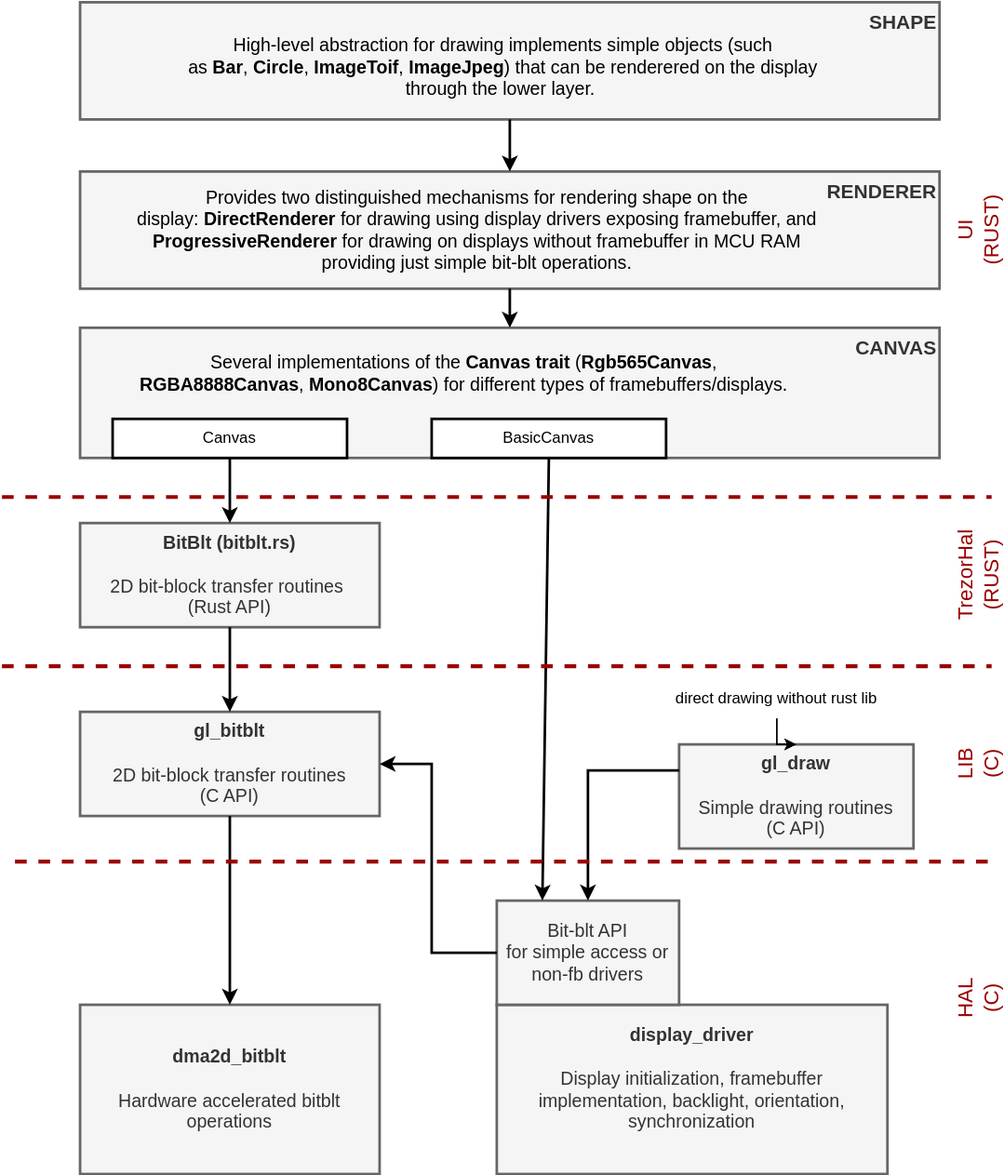
Before: core/embed/rust/src/ui/shape/drawlib-toplevel-arch.drawio.svg, a diagram exported from draw.io (trezor/trezor-firmware). Source tidied: cells renumbered, new cells last; positions are measured from the earlier drawing's top-left corner, leaving out a move shared by most shapes. Its diagram source:
```xml
<mxGraphModel>
  <root>
    <mxCell id="0" />
    <mxCell id="1" parent="0" />
    <mxCell id="2" value="&lt;b&gt;SHAPE&lt;/b&gt;" style="rounded=0;whiteSpace=wrap;html=1;align=right;verticalAlign=top;fillColor=#f5f5f5;strokeColor=#666666;fontColor=#333333;fontSize=15;strokeWidth=2;" parent="1" vertex="1">
      <mxGeometry x="60" width="660" height="90" as="geometry" />
    </mxCell>
    <mxCell id="3" value="&lt;b&gt;RENDERER&lt;/b&gt;" style="rounded=0;whiteSpace=wrap;html=1;align=right;verticalAlign=top;fillColor=#f5f5f5;fontColor=#333333;strokeColor=#666666;fontSize=15;strokeWidth=2;" parent="1" vertex="1">
      <mxGeometry x="60" y="130" width="660" height="90" as="geometry" />
    </mxCell>
    <mxCell id="4" value="&lt;b&gt;CANVAS&lt;/b&gt;" style="rounded=0;whiteSpace=wrap;html=1;verticalAlign=top;align=right;fillColor=#f5f5f5;fontColor=#333333;strokeColor=#666666;fontSize=15;strokeWidth=2;" parent="1" vertex="1">
      <mxGeometry x="60" y="250" width="660" height="100" as="geometry" />
    </mxCell>
    <mxCell id="5" value="&lt;b style=&quot;font-size: 14px;&quot;&gt;BitBlt (bitblt.rs)&lt;/b&gt;&lt;br style=&quot;font-size: 14px;&quot;&gt;&lt;br style=&quot;font-size: 14px;&quot;&gt;2D bit-block transfer routines&amp;nbsp;&lt;br style=&quot;font-size: 14px;&quot;&gt;(Rust API)" style="rounded=0;whiteSpace=wrap;html=1;fillColor=#f5f5f5;fontColor=#333333;strokeColor=#666666;fontSize=14;strokeWidth=2;" parent="1" vertex="1">
      <mxGeometry x="60" y="400" width="230" height="80" as="geometry" />
    </mxCell>
    <mxCell id="6" value="&lt;b style=&quot;font-size: 14px;&quot;&gt;gl_bitblt&lt;/b&gt;&lt;br style=&quot;font-size: 14px;&quot;&gt;&lt;br style=&quot;font-size: 14px;&quot;&gt;2D bit-block transfer routines&lt;div style=&quot;font-size: 14px;&quot;&gt;(C API)&lt;/div&gt;" style="rounded=0;whiteSpace=wrap;html=1;fillColor=#f5f5f5;fontColor=#333333;strokeColor=#666666;fontSize=14;strokeWidth=2;" parent="1" vertex="1">
      <mxGeometry x="60" y="545" width="230" height="80" as="geometry" />
    </mxCell>
    <mxCell id="7" value="&lt;b style=&quot;font-size: 14px;&quot;&gt;dma2d_bitblt&lt;/b&gt;&lt;br style=&quot;font-size: 14px;&quot;&gt;&lt;br style=&quot;font-size: 14px;&quot;&gt;Hardware accelerated bitblt operations" style="rounded=0;whiteSpace=wrap;html=1;fillColor=#f5f5f5;fontColor=#333333;strokeColor=#666666;fontSize=14;strokeWidth=2;" parent="1" vertex="1">
      <mxGeometry x="60" y="770" width="230" height="130" as="geometry" />
    </mxCell>
    <mxCell id="8" value="&lt;b style=&quot;font-size: 14px;&quot;&gt;display_driver&lt;/b&gt;&lt;br style=&quot;font-size: 14px;&quot;&gt;&lt;br style=&quot;font-size: 14px;&quot;&gt;Display initialization, framebuffer implementation, backlight, orientation, synchronization&lt;br style=&quot;font-size: 14px;&quot;&gt;&lt;div style=&quot;font-size: 14px;&quot;&gt;&lt;br style=&quot;font-size: 14px;&quot;&gt;&lt;/div&gt;" style="rounded=0;whiteSpace=wrap;html=1;fillColor=#f5f5f5;fontColor=#333333;strokeColor=#666666;fontSize=14;strokeWidth=2;" parent="1" vertex="1">
      <mxGeometry x="380" y="770" width="300" height="130" as="geometry" />
    </mxCell>
    <mxCell id="9" value="Bit-blt API&lt;br style=&quot;font-size: 14px;&quot;&gt;for simple access or non-fb drivers" style="rounded=0;whiteSpace=wrap;html=1;fillColor=#f5f5f5;fontColor=#333333;strokeColor=#666666;fontSize=14;strokeWidth=2;" parent="1" vertex="1">
      <mxGeometry x="380" y="690" width="140" height="80" as="geometry" />
    </mxCell>
    <mxCell id="10" value="&lt;b style=&quot;font-size: 14px;&quot;&gt;gl_draw&lt;/b&gt;&lt;br style=&quot;font-size: 14px;&quot;&gt;&lt;br style=&quot;font-size: 14px;&quot;&gt;Simple drawing routines&lt;div style=&quot;font-size: 14px;&quot;&gt;(C API)&lt;/div&gt;" style="rounded=0;whiteSpace=wrap;html=1;fillColor=#f5f5f5;fontColor=#333333;strokeColor=#666666;fontSize=14;strokeWidth=2;" parent="1" vertex="1">
      <mxGeometry x="520" y="570" width="180" height="80" as="geometry" />
    </mxCell>
    <mxCell id="11" style="endArrow=classic;html=1;rounded=0;exitX=0.5;exitY=1;exitDx=0;exitDy=0;entryX=0.5;entryY=0;entryDx=0;entryDy=0;strokeWidth=2;" parent="1" edge="1" source="13" target="5">
      <mxGeometry relative="1" as="geometry" />
    </mxCell>
    <mxCell id="12" style="endArrow=classic;html=1;rounded=0;exitX=0.5;exitY=1;exitDx=0;exitDy=0;entryX=0.25;entryY=0;entryDx=0;entryDy=0;strokeWidth=2;" parent="1" edge="1" source="14" target="9">
      <mxGeometry relative="1" as="geometry" />
    </mxCell>
    <mxCell id="13" value="Canvas" style="rounded=0;whiteSpace=wrap;html=1;strokeWidth=2;" parent="1" vertex="1">
      <mxGeometry x="85" y="320" width="180" height="30" as="geometry" />
    </mxCell>
    <mxCell id="14" value="BasicCanvas" style="rounded=0;whiteSpace=wrap;html=1;strokeWidth=2;" parent="1" vertex="1">
      <mxGeometry x="330" y="320" width="180" height="30" as="geometry" />
    </mxCell>
    <mxCell id="15" style="endArrow=classic;html=1;rounded=0;exitX=0.5;exitY=1;exitDx=0;exitDy=0;entryX=0.5;entryY=0;entryDx=0;entryDy=0;strokeWidth=2;" parent="1" edge="1" source="5" target="6">
      <mxGeometry relative="1" as="geometry" />
    </mxCell>
    <mxCell id="16" style="endArrow=classic;html=1;rounded=0;exitX=0.5;exitY=1;exitDx=0;exitDy=0;entryX=0.5;entryY=0;entryDx=0;entryDy=0;strokeWidth=2;" parent="1" edge="1" source="6" target="7">
      <mxGeometry relative="1" as="geometry" />
    </mxCell>
    <mxCell id="17" style="endArrow=classic;html=1;rounded=0;exitX=0;exitY=0.25;exitDx=0;exitDy=0;entryX=0.5;entryY=0;entryDx=0;entryDy=0;strokeWidth=2;" parent="1" edge="1" source="10" target="9">
      <mxGeometry relative="1" as="geometry">
        <Array as="points">
          <mxPoint x="450" y="590" />
        </Array>
      </mxGeometry>
    </mxCell>
    <mxCell id="18" style="endArrow=none;dashed=1;html=1;strokeWidth=3;rounded=0;fontColor=#660000;strokeColor=#990000;" parent="1" edge="1">
      <mxGeometry relative="1" as="geometry">
        <mxPoint x="10" y="660" as="sourcePoint" />
        <mxPoint x="760" y="660" as="targetPoint" />
      </mxGeometry>
    </mxCell>
    <mxCell id="19" style="endArrow=none;dashed=1;html=1;strokeWidth=3;rounded=0;fontColor=#660000;strokeColor=#990000;" parent="1" edge="1">
      <mxGeometry relative="1" as="geometry">
        <mxPoint y="510" as="sourcePoint" />
        <mxPoint x="760" y="510" as="targetPoint" />
      </mxGeometry>
    </mxCell>
    <mxCell id="20" style="endArrow=none;dashed=1;html=1;strokeWidth=3;rounded=0;fontColor=#660000;strokeColor=#990000;" parent="1" edge="1">
      <mxGeometry relative="1" as="geometry">
        <mxPoint y="380" as="sourcePoint" />
        <mxPoint x="760" y="380" as="targetPoint" />
      </mxGeometry>
    </mxCell>
    <mxCell id="21" value="LIB&lt;br&gt;(C)" style="text;html=1;align=center;verticalAlign=middle;whiteSpace=wrap;rounded=0;rotation=-90;fontSize=16;fontColor=#990000;" parent="1" vertex="1">
      <mxGeometry x="720" y="570" width="60" height="30" as="geometry" />
    </mxCell>
    <mxCell id="22" value="HAL&lt;br&gt;(C)" style="text;html=1;align=center;verticalAlign=middle;whiteSpace=wrap;rounded=0;rotation=-90;fontSize=16;fontColor=#990000;" parent="1" vertex="1">
      <mxGeometry x="720" y="750" width="60" height="30" as="geometry" />
    </mxCell>
    <mxCell id="23" value="TrezorHal (RUST)" style="text;html=1;align=center;verticalAlign=middle;whiteSpace=wrap;rounded=0;rotation=-90;fontSize=16;fontColor=#990000;" parent="1" vertex="1">
      <mxGeometry x="720" y="425" width="60" height="30" as="geometry" />
    </mxCell>
    <mxCell id="24" value="High-level abstraction for drawing implements simple objects (such as&amp;nbsp;&lt;b style=&quot;font-size: 14px;&quot;&gt;Bar&lt;/b&gt;,&amp;nbsp;&lt;b style=&quot;font-size: 14px;&quot;&gt;Circle&lt;/b&gt;,&amp;nbsp;&lt;b style=&quot;font-size: 14px;&quot;&gt;ImageToif&lt;/b&gt;,&amp;nbsp;&lt;b style=&quot;font-size: 14px;&quot;&gt;ImageJpeg&lt;/b&gt;) that can be renderered on the display through the lower layer.&amp;nbsp;" style="text;html=1;align=center;verticalAlign=middle;whiteSpace=wrap;rounded=0;fontSize=14;" parent="1" vertex="1">
      <mxGeometry x="120" y="35" width="530" height="30" as="geometry" />
    </mxCell>
    <mxCell id="25" value="Provides two distinguished mechanisms for rendering shape on the display:&amp;nbsp;&lt;b style=&quot;font-size: 14px;&quot;&gt;DirectRenderer&lt;/b&gt;&amp;nbsp;for drawing using display drivers exposing framebuffer, and &lt;b style=&quot;font-size: 14px;&quot;&gt;ProgressiveRenderer&lt;/b&gt;&amp;nbsp;for drawing on displays without framebuffer in MCU RAM providing just simple bit-blt operations." style="text;html=1;align=center;verticalAlign=middle;whiteSpace=wrap;rounded=0;fontSize=14;" parent="1" vertex="1">
      <mxGeometry x="90" y="160" width="550" height="30" as="geometry" />
    </mxCell>
    <mxCell id="26" value="Several implementations of the&amp;nbsp;&lt;b style=&quot;font-size: 14px;&quot;&gt;Canvas trait&lt;/b&gt;&amp;nbsp;(&lt;b style=&quot;font-size: 14px;&quot;&gt;Rgb565Canvas&lt;/b&gt;, &lt;b style=&quot;font-size: 14px;&quot;&gt;RGBA8888Canvas&lt;/b&gt;, &lt;b style=&quot;font-size: 14px;&quot;&gt;Mono8Canvas&lt;/b&gt;) for different types of framebuffers/displays." style="text;html=1;align=center;verticalAlign=middle;whiteSpace=wrap;rounded=0;fontSize=14;" parent="1" vertex="1">
      <mxGeometry x="100" y="270" width="510" height="30" as="geometry" />
    </mxCell>
    <mxCell id="27" style="edgeStyle=orthogonalEdgeStyle;rounded=0;jettySize=auto;html=1;" parent="1" edge="1" source="29" target="10">
      <mxGeometry relative="1" as="geometry" />
    </mxCell>
    <mxCell id="28" style="edgeStyle=orthogonalEdgeStyle;rounded=0;jettySize=auto;html=1;" parent="1" edge="1" source="29" target="10">
      <mxGeometry relative="1" as="geometry" />
    </mxCell>
    <mxCell id="29" value="direct drawing without rust lib" style="text;html=1;align=center;verticalAlign=middle;whiteSpace=wrap;rounded=0;" parent="1" vertex="1">
      <mxGeometry x="510" y="520" width="170" height="30" as="geometry" />
    </mxCell>
    <mxCell id="30" style="endArrow=classic;html=1;rounded=0;exitX=0.5;exitY=1;exitDx=0;exitDy=0;entryX=0.5;entryY=0;entryDx=0;entryDy=0;strokeWidth=2;" parent="1" edge="1" source="2" target="3">
      <mxGeometry relative="1" as="geometry" />
    </mxCell>
    <mxCell id="31" style="endArrow=classic;html=1;rounded=0;exitX=0.5;exitY=1;exitDx=0;exitDy=0;entryX=0.5;entryY=0;entryDx=0;entryDy=0;strokeWidth=2;" parent="1" edge="1" source="3" target="4">
      <mxGeometry relative="1" as="geometry" />
    </mxCell>
    <mxCell id="32" value="UI (RUST)" style="text;html=1;align=center;verticalAlign=middle;whiteSpace=wrap;rounded=0;rotation=-90;fontSize=16;fontColor=#990000;" parent="1" vertex="1">
      <mxGeometry x="720" y="160" width="60" height="30" as="geometry" />
    </mxCell>
    <mxCell id="33" style="endArrow=classic;html=1;rounded=0;exitX=0;exitY=0.5;exitDx=0;exitDy=0;entryX=1;entryY=0.5;entryDx=0;entryDy=0;strokeWidth=2;" parent="1" edge="1" source="9" target="6">
      <mxGeometry relative="1" as="geometry">
        <Array as="points">
          <mxPoint x="330" y="730" />
          <mxPoint x="330" y="585" />
        </Array>
      </mxGeometry>
    </mxCell>
  </root>
</mxGraphModel>
```
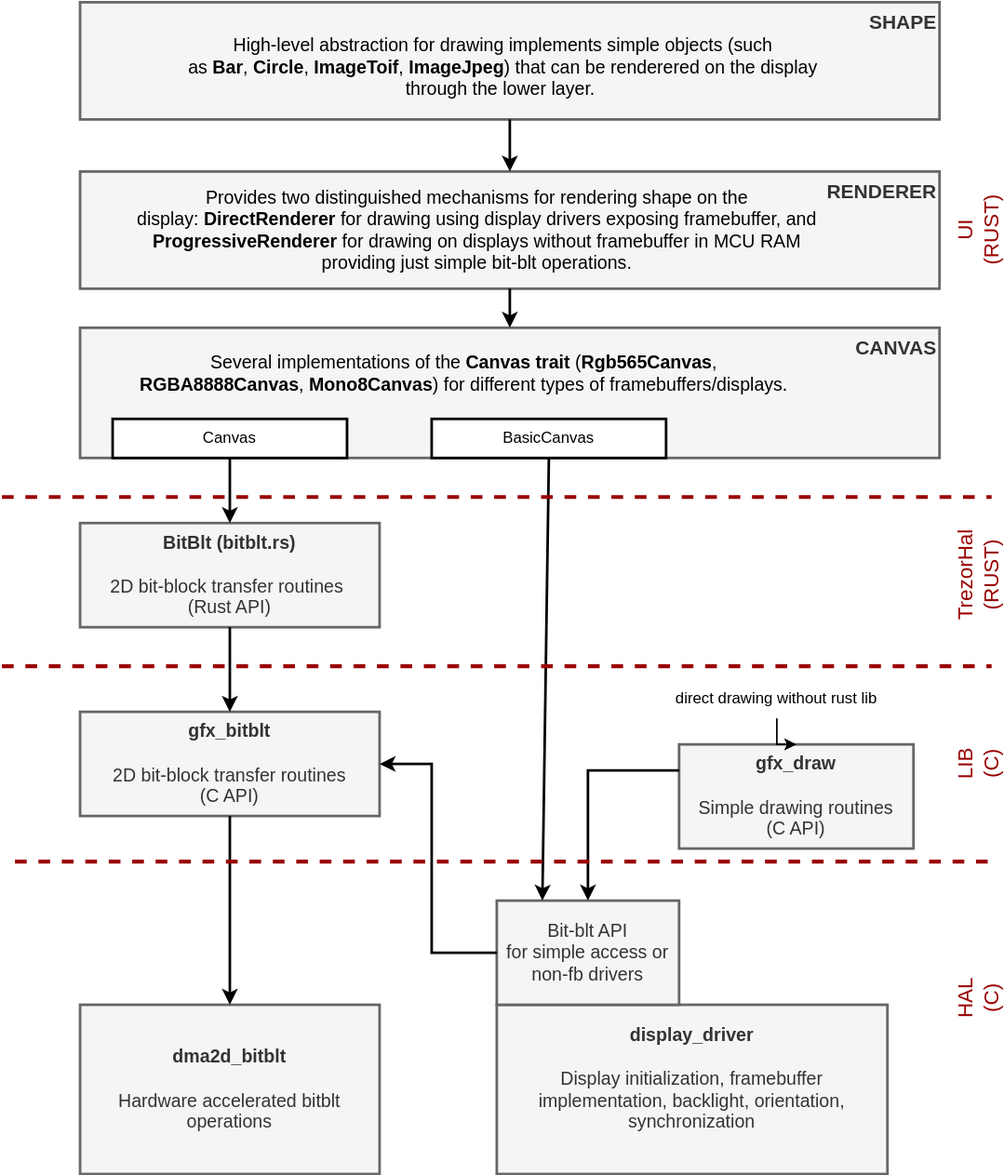
Above is the later version.

Commit message:
fixup! feat(core): introduce new drawing library

Diff of the diagram source:
```diff
@@ -14,7 +14,7 @@
     <mxCell id="5" value="&lt;b style=&quot;font-size: 14px;&quot;&gt;BitBlt (bitblt.rs)&lt;/b&gt;&lt;br style=&quot;font-size: 14px;&quot;&gt;&lt;br style=&quot;font-size: 14px;&quot;&gt;2D bit-block transfer routines&amp;nbsp;&lt;br style=&quot;font-size: 14px;&quot;&gt;(Rust API)" style="rounded=0;whiteSpace=wrap;html=1;fillColor=#f5f5f5;fontColor=#333333;strokeColor=#666666;fontSize=14;strokeWidth=2;" parent="1" vertex="1">
       <mxGeometry x="60" y="400" width="230" height="80" as="geometry" />
     </mxCell>
-    <mxCell id="6" value="&lt;b style=&quot;font-size: 14px;&quot;&gt;gl_bitblt&lt;/b&gt;&lt;br style=&quot;font-size: 14px;&quot;&gt;&lt;br style=&quot;font-size: 14px;&quot;&gt;2D bit-block transfer routines&lt;div style=&quot;font-size: 14px;&quot;&gt;(C API)&lt;/div&gt;" style="rounded=0;whiteSpace=wrap;html=1;fillColor=#f5f5f5;fontColor=#333333;strokeColor=#666666;fontSize=14;strokeWidth=2;" parent="1" vertex="1">
+    <mxCell id="6" value="&lt;b style=&quot;font-size: 14px;&quot;&gt;gfx_bitblt&lt;/b&gt;&lt;br style=&quot;font-size: 14px;&quot;&gt;&lt;br style=&quot;font-size: 14px;&quot;&gt;2D bit-block transfer routines&lt;div style=&quot;font-size: 14px;&quot;&gt;(C API)&lt;/div&gt;" style="rounded=0;whiteSpace=wrap;html=1;fillColor=#f5f5f5;fontColor=#333333;strokeColor=#666666;fontSize=14;strokeWidth=2;" parent="1" vertex="1">
       <mxGeometry x="60" y="545" width="230" height="80" as="geometry" />
     </mxCell>
     <mxCell id="7" value="&lt;b style=&quot;font-size: 14px;&quot;&gt;dma2d_bitblt&lt;/b&gt;&lt;br style=&quot;font-size: 14px;&quot;&gt;&lt;br style=&quot;font-size: 14px;&quot;&gt;Hardware accelerated bitblt operations" style="rounded=0;whiteSpace=wrap;html=1;fillColor=#f5f5f5;fontColor=#333333;strokeColor=#666666;fontSize=14;strokeWidth=2;" parent="1" vertex="1">
@@ -26,7 +26,7 @@
     <mxCell id="9" value="Bit-blt API&lt;br style=&quot;font-size: 14px;&quot;&gt;for simple access or non-fb drivers" style="rounded=0;whiteSpace=wrap;html=1;fillColor=#f5f5f5;fontColor=#333333;strokeColor=#666666;fontSize=14;strokeWidth=2;" parent="1" vertex="1">
       <mxGeometry x="380" y="690" width="140" height="80" as="geometry" />
     </mxCell>
-    <mxCell id="10" value="&lt;b style=&quot;font-size: 14px;&quot;&gt;gl_draw&lt;/b&gt;&lt;br style=&quot;font-size: 14px;&quot;&gt;&lt;br style=&quot;font-size: 14px;&quot;&gt;Simple drawing routines&lt;div style=&quot;font-size: 14px;&quot;&gt;(C API)&lt;/div&gt;" style="rounded=0;whiteSpace=wrap;html=1;fillColor=#f5f5f5;fontColor=#333333;strokeColor=#666666;fontSize=14;strokeWidth=2;" parent="1" vertex="1">
+    <mxCell id="10" value="&lt;b style=&quot;font-size: 14px;&quot;&gt;gfx&lt;/b&gt;&lt;b style=&quot;background-color: initial;&quot;&gt;_draw&lt;/b&gt;&lt;div&gt;&lt;br style=&quot;font-size: 14px;&quot;&gt;Simple drawing routines&lt;div style=&quot;font-size: 14px;&quot;&gt;(C API)&lt;/div&gt;&lt;/div&gt;" style="rounded=0;whiteSpace=wrap;html=1;fillColor=#f5f5f5;fontColor=#333333;strokeColor=#666666;fontSize=14;strokeWidth=2;" parent="1" vertex="1">
       <mxGeometry x="520" y="570" width="180" height="80" as="geometry" />
     </mxCell>
     <mxCell id="11" style="endArrow=classic;html=1;rounded=0;exitX=0.5;exitY=1;exitDx=0;exitDy=0;entryX=0.5;entryY=0;entryDx=0;entryDy=0;strokeWidth=2;" parent="1" edge="1" source="13" target="5">
```
